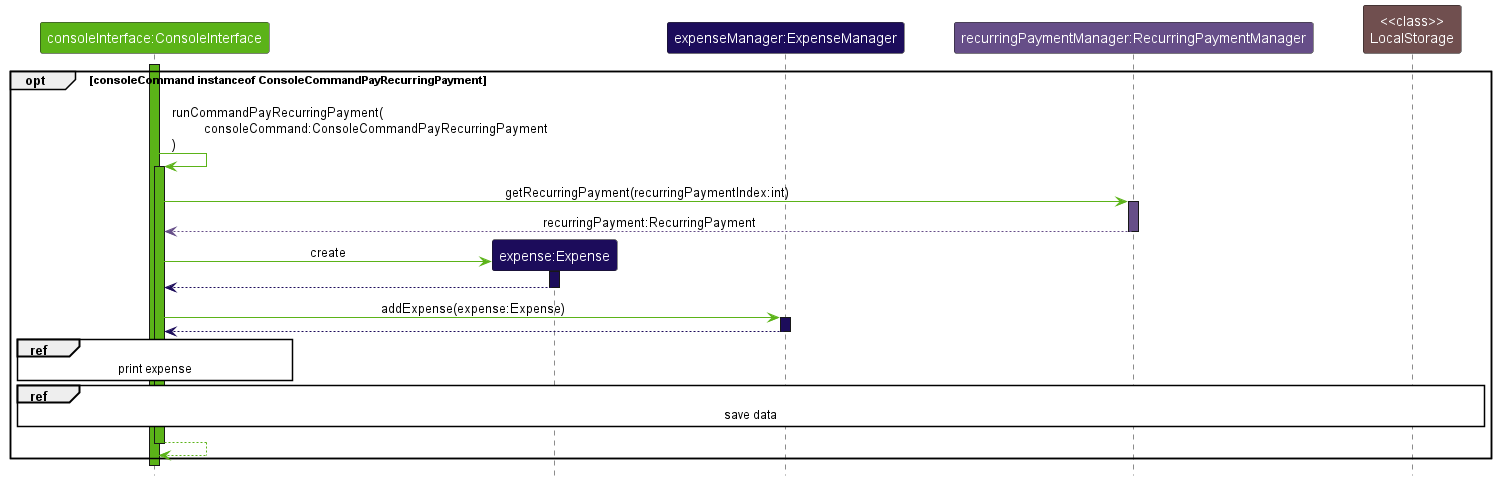
This is docs/images/ImplementationPayRecurringPayment.png from nus-cs2113-AY2223S1/tp, a PlantUML export, as it was before one commit.
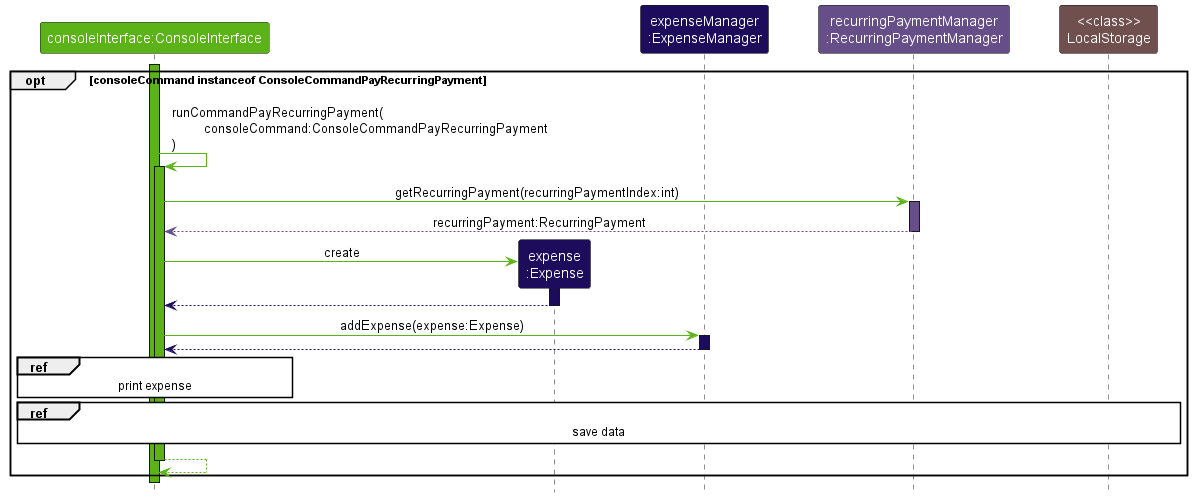
Later version of the same file.

What changed in the source:
```diff
@@ -4,9 +4,9 @@
 skinparam sequenceReferenceBackgroundColor #ffffff
 
 Participant "consoleInterface:ConsoleInterface" as consoleInterface USER_INTERFACE_COLOR_1
-Participant "expense:Expense" as expense DATA_COLOR_1
-Participant "expenseManager:ExpenseManager" as expenseManager DATA_COLOR_1
-Participant "recurringPaymentManager:RecurringPaymentManager" as recurringPaymentManager DATA_COLOR_4
+Participant "expense\n:Expense" as expense DATA_COLOR_1
+Participant "expenseManager\n:ExpenseManager" as expenseManager DATA_COLOR_1
+Participant "recurringPaymentManager\n:RecurringPaymentManager" as recurringPaymentManager DATA_COLOR_4
 Participant "<<class>>\nLocalStorage" as LocalStorage STORAGE_COLOR_1
 
 activate consoleInterface USER_INTERFACE_COLOR_1
```
